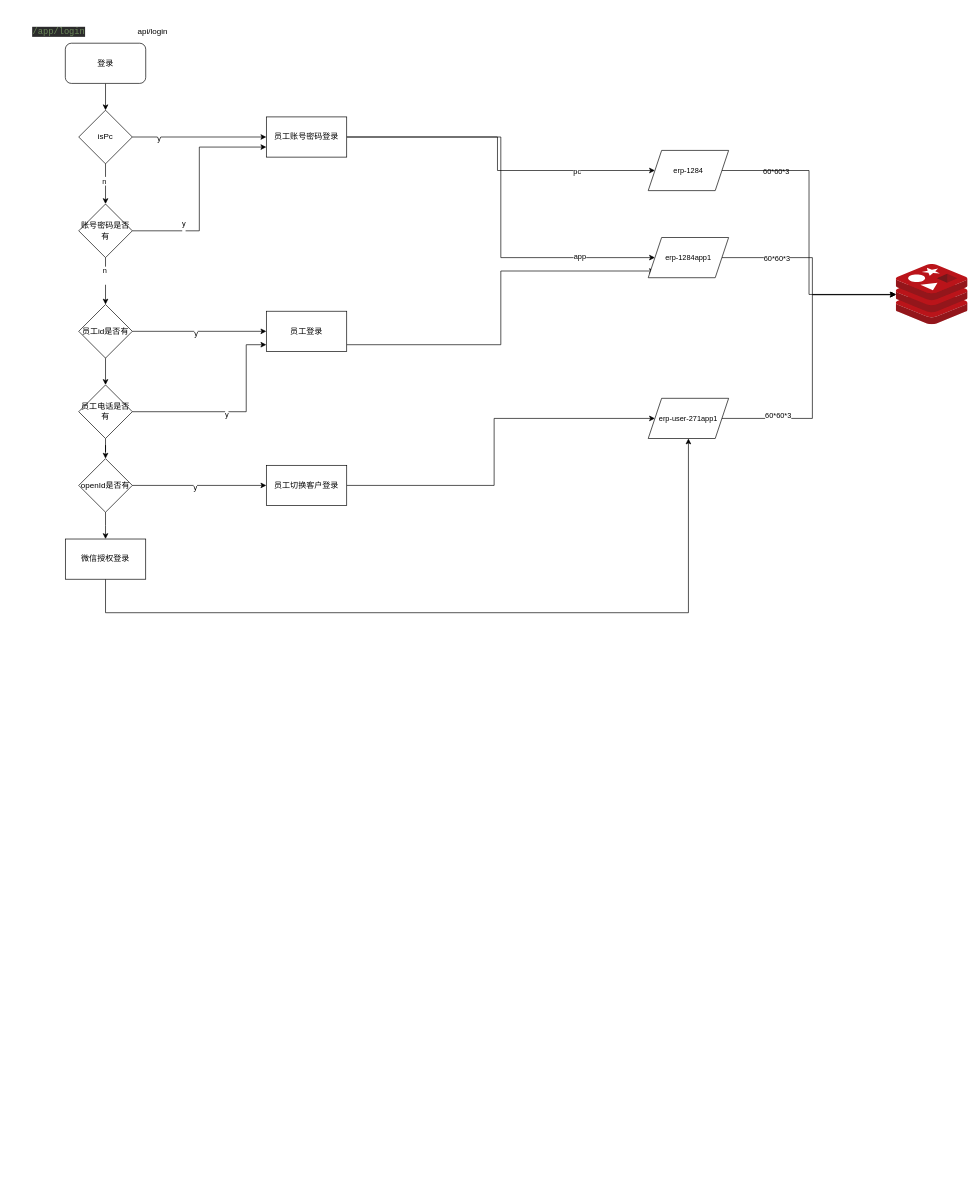
qi-hao-jishi/draw keeps this draw.io diagram as erp_流程图.drawio. Above is the earlier version. Source tidied: cells renumbered, new cells numbered last; positions are measured from the earlier drawing's top-left corner, leaving out a move shared by most shapes. Both pictures are drawn from the tidied source at 67%, with x=0, y=0 at pixel (28, 11).
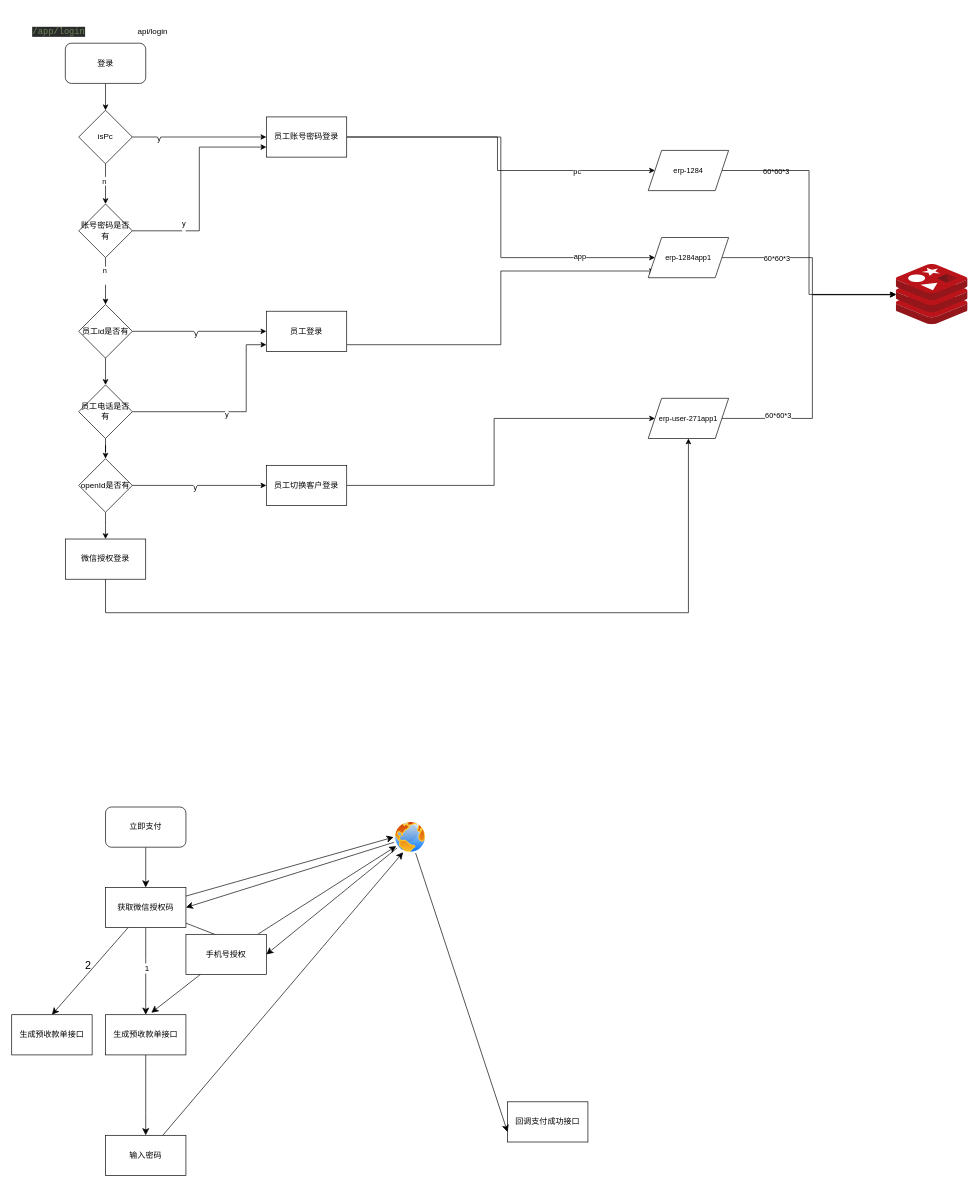
Above is the later version.

Commit message:
更新erp_流程图.drawio

The edit, as a diff of the source:
```diff
@@
+    <mxCell id="49" style="edgeStyle=none;curved=1;rounded=0;jettySize=auto;html=1;fontSize=12;startSize=8;endSize=8;" parent="1" edge="1" source="54" target="56">
+      <mxGeometry relative="1" as="geometry" />
+    </mxCell>
+    <mxCell id="50" value="1" style="edgeLabel;html=1;align=center;verticalAlign=middle;fontSize=12;" parent="49" vertex="1">
+      <mxGeometry x="-0.07" y="1" relative="1" as="geometry" />
+    </mxCell>
+    <mxCell id="51" style="edgeStyle=none;curved=1;rounded=0;jettySize=auto;html=1;entryX=0;entryY=0.5;entryDx=0;entryDy=0;fontSize=12;startSize=8;endSize=8;" parent="1" edge="1" source="54" target="68">
+      <mxGeometry relative="1" as="geometry" />
+    </mxCell>
+    <mxCell id="52" style="edgeStyle=none;curved=1;rounded=0;jettySize=auto;html=1;entryX=1;entryY=0.5;entryDx=0;entryDy=0;fontSize=12;startSize=8;endSize=8;" parent="1" edge="1" source="54" target="61">
+      <mxGeometry relative="1" as="geometry" />
+    </mxCell>
+    <mxCell id="53" style="edgeStyle=none;curved=1;rounded=0;jettySize=auto;html=1;entryX=0.5;entryY=0;entryDx=0;entryDy=0;fontSize=12;startSize=8;endSize=8;" parent="1" edge="1" source="54" target="69">
+      <mxGeometry relative="1" as="geometry" />
+    </mxCell>
+    <mxCell id="54" value="获取微信授权码" style="rounded=0;whiteSpace=wrap;html=1;" parent="1" vertex="1">
+      <mxGeometry x="115" y="1307" width="120" height="60" as="geometry" />
+    </mxCell>
+    <mxCell id="55" style="edgeStyle=none;curved=1;rounded=0;jettySize=auto;html=1;fontSize=12;startSize=8;endSize=8;entryX=0.5;entryY=0;entryDx=0;entryDy=0;" parent="1" edge="1" source="56" target="57">
+      <mxGeometry relative="1" as="geometry" />
+    </mxCell>
+    <mxCell id="56" value="生成预收款单接口" style="rounded=0;whiteSpace=wrap;html=1;" parent="1" vertex="1">
+      <mxGeometry x="115" y="1497" width="120" height="60" as="geometry" />
+    </mxCell>
+    <mxCell id="57" value="输入密码" style="rounded=0;whiteSpace=wrap;html=1;" parent="1" vertex="1">
+      <mxGeometry x="115" y="1677" width="120" height="60" as="geometry" />
+    </mxCell>
+    <mxCell id="58" value="回调支付成功接口" style="rounded=0;whiteSpace=wrap;html=1;" parent="1" vertex="1">
+      <mxGeometry x="715" y="1627" width="120" height="60" as="geometry" />
+    </mxCell>
+    <mxCell id="59" style="edgeStyle=none;curved=1;rounded=0;jettySize=auto;html=1;entryX=0.25;entryY=1;entryDx=0;entryDy=0;fontSize=12;startSize=8;endSize=8;" parent="1" edge="1" source="57" target="68">
+      <mxGeometry relative="1" as="geometry" />
+    </mxCell>
+    <mxCell id="60" style="edgeStyle=none;curved=1;rounded=0;jettySize=auto;html=1;fontSize=12;startSize=8;endSize=8;" parent="1" edge="1" source="61" target="68">
+      <mxGeometry relative="1" as="geometry" />
+    </mxCell>
+    <mxCell id="61" value="手机号授权" style="rounded=0;whiteSpace=wrap;html=1;" parent="1" vertex="1">
+      <mxGeometry x="235" y="1377" width="120" height="60" as="geometry" />
+    </mxCell>
+    <mxCell id="62" style="edgeStyle=none;curved=1;rounded=0;jettySize=auto;html=1;entryX=0.57;entryY=-0.05;entryDx=0;entryDy=0;entryPerimeter=0;fontSize=12;startSize=8;endSize=8;" parent="1" edge="1" source="61" target="56">
+      <mxGeometry relative="1" as="geometry" />
+    </mxCell>
+    <mxCell id="63" style="edgeStyle=none;curved=1;rounded=0;jettySize=auto;html=1;entryX=0.5;entryY=0;entryDx=0;entryDy=0;fontSize=12;startSize=8;endSize=8;" parent="1" edge="1" source="64" target="54">
+      <mxGeometry relative="1" as="geometry" />
+    </mxCell>
+    <mxCell id="64" value="立即支付" style="rounded=1;whiteSpace=wrap;html=1;" parent="1" vertex="1">
+      <mxGeometry x="115" y="1187" width="120" height="60" as="geometry" />
+    </mxCell>
+    <mxCell id="65" style="edgeStyle=none;curved=1;rounded=0;jettySize=auto;html=1;entryX=1;entryY=0.5;entryDx=0;entryDy=0;fontSize=12;startSize=8;endSize=8;" parent="1" edge="1" source="68" target="54">
+      <mxGeometry relative="1" as="geometry" />
+    </mxCell>
+    <mxCell id="66" style="edgeStyle=none;curved=1;rounded=0;jettySize=auto;html=1;entryX=0;entryY=0.75;entryDx=0;entryDy=0;fontSize=12;startSize=8;endSize=8;" parent="1" edge="1" source="68" target="58">
+      <mxGeometry relative="1" as="geometry" />
+    </mxCell>
+    <mxCell id="67" style="edgeStyle=none;curved=1;rounded=0;jettySize=auto;html=1;entryX=1;entryY=0.5;entryDx=0;entryDy=0;fontSize=12;startSize=8;endSize=8;" parent="1" edge="1" source="68" target="61">
+      <mxGeometry relative="1" as="geometry" />
+    </mxCell>
+    <mxCell id="68" style="image;perimeter=ellipsePerimeter;html=1;align=center;shadow=0;dashed=0;spacingTop=3;image=img/lib/active_directory/internet_globe.svg;" parent="1" vertex="1">
+      <mxGeometry x="545" y="1207" width="50" height="50" as="geometry" />
+    </mxCell>
+    <mxCell id="69" value="生成预收款单接口" style="rounded=0;whiteSpace=wrap;html=1;" parent="1" vertex="1">
+      <mxGeometry x="-25" y="1497" width="120" height="60" as="geometry" />
+    </mxCell>
+    <mxCell id="70" value="2" style="text;html=1;align=center;verticalAlign=middle;strokeColor=none;fillColor=none;fontSize=16;" parent="1" vertex="1">
+      <mxGeometry x="74" y="1408" width="30" height="30" as="geometry" />
+    </mxCell>
```
